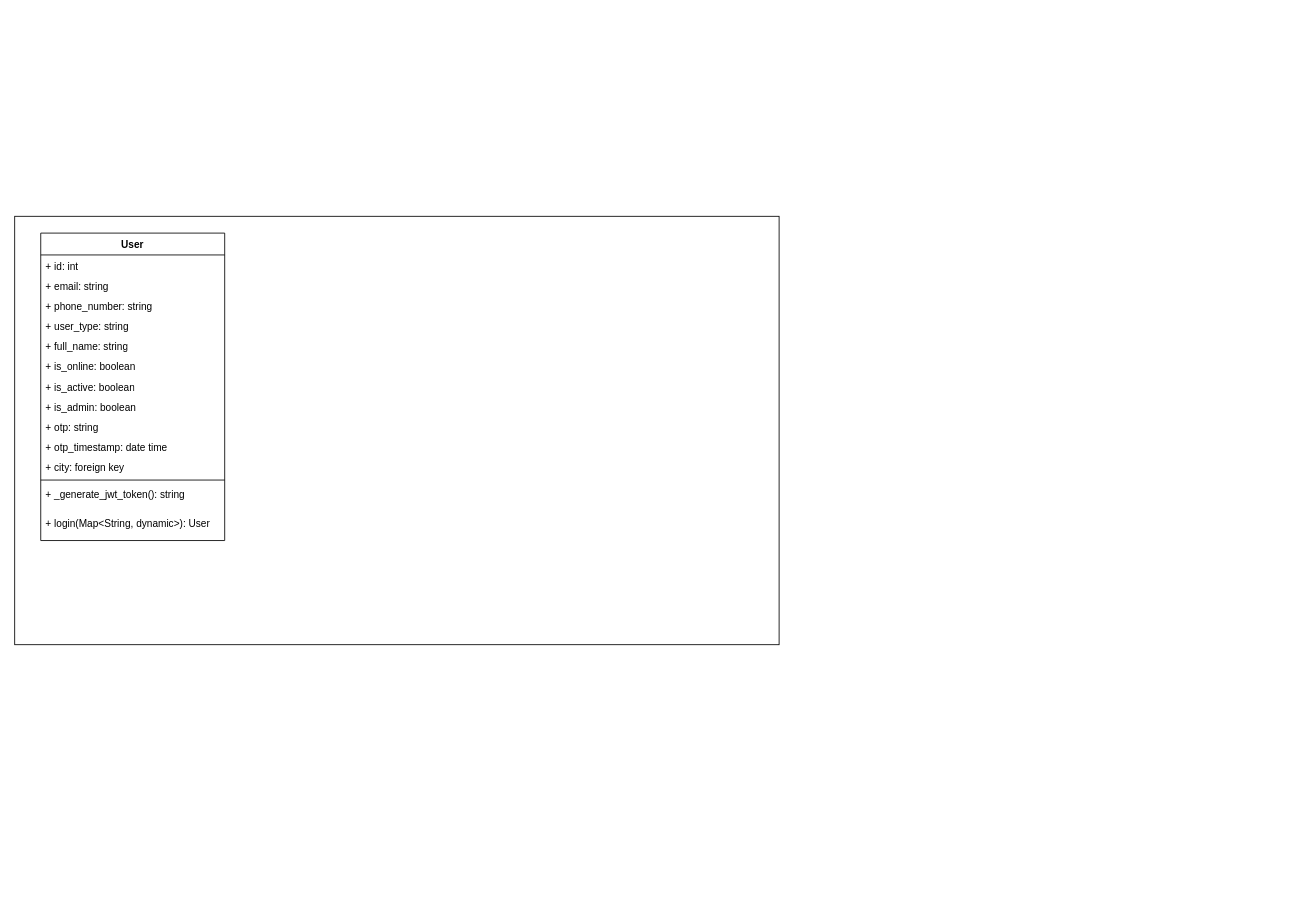
This is Untitled Diagram.drawio from wasselak-com/research, a draw.io file, before an edit. Source tidied: cells renumbered, new cells numbered last; positions are measured from the earlier drawing's top-left corner, leaving out a move shared by most shapes. Both pictures are drawn from the tidied source at 84%, with x=0, y=0 at pixel (14, 216).
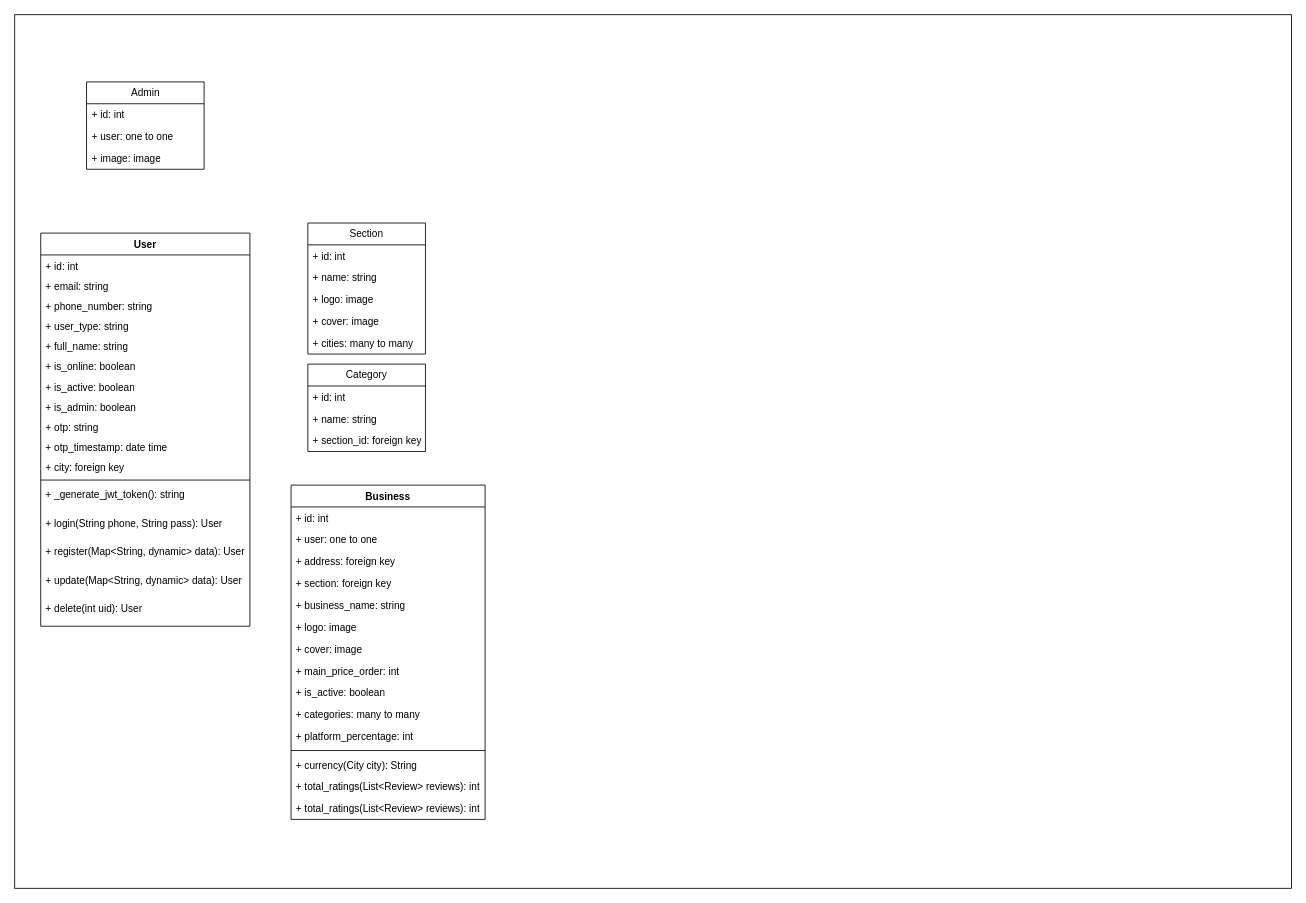
After the change.

What changed in the source:
```diff
@@
     <mxCell id="2" style="rounded=0;whiteSpace=wrap;html=1;" parent="1" vertex="1">
-      <mxGeometry width="910" height="510" as="geometry" />
+      <mxGeometry y="-240" width="1520" height="1040" as="geometry" />
     </mxCell>
     <mxCell id="3" value="User" style="swimlane;fontStyle=1;align=center;verticalAlign=top;horizontal=1;startSize=26;whiteSpace=wrap;html=1;" parent="1" vertex="1">
-      <mxGeometry x="31" y="20" width="219" height="366" as="geometry" />
+      <mxGeometry x="31" y="20" width="249" height="468" as="geometry" />
     </mxCell>
     <mxCell id="4" value="+ id: int" style="text;strokeColor=none;fillColor=none;align=left;verticalAlign=top;spacingLeft=4;spacingRight=4;overflow=hidden;whiteSpace=wrap;html=1;" parent="3" vertex="1">
-      <mxGeometry y="26" width="219" height="24" as="geometry" />
+      <mxGeometry y="26" width="249" height="24" as="geometry" />
     </mxCell>
     <mxCell id="5" value="+ email: string" style="text;strokeColor=none;fillColor=none;align=left;verticalAlign=top;spacingLeft=4;spacingRight=4;overflow=hidden;whiteSpace=wrap;html=1;" parent="3" vertex="1">
-      <mxGeometry y="50" width="219" height="24" as="geometry" />
+      <mxGeometry y="50" width="249" height="24" as="geometry" />
     </mxCell>
     <mxCell id="6" value="+ phone_number: string" style="text;strokeColor=none;fillColor=none;align=left;verticalAlign=top;spacingLeft=4;spacingRight=4;overflow=hidden;whiteSpace=wrap;html=1;" parent="3" vertex="1">
-      <mxGeometry y="74" width="219" height="24" as="geometry" />
+      <mxGeometry y="74" width="249" height="24" as="geometry" />
     </mxCell>
     <mxCell id="7" value="+ user_type: string" style="text;strokeColor=none;fillColor=none;align=left;verticalAlign=top;spacingLeft=4;spacingRight=4;overflow=hidden;whiteSpace=wrap;html=1;" parent="3" vertex="1">
-      <mxGeometry y="98" width="219" height="24" as="geometry" />
+      <mxGeometry y="98" width="249" height="24" as="geometry" />
     </mxCell>
     <mxCell id="8" value="+ full_name: string" style="text;strokeColor=none;fillColor=none;align=left;verticalAlign=top;spacingLeft=4;spacingRight=4;overflow=hidden;whiteSpace=wrap;html=1;" parent="3" vertex="1">
-      <mxGeometry y="122" width="219" height="24" as="geometry" />
+      <mxGeometry y="122" width="249" height="24" as="geometry" />
     </mxCell>
     <mxCell id="9" value="+ is_online: boolean" style="text;strokeColor=none;fillColor=none;align=left;verticalAlign=top;spacingLeft=4;spacingRight=4;overflow=hidden;whiteSpace=wrap;html=1;" parent="3" vertex="1">
-      <mxGeometry y="146" width="219" height="24" as="geometry" />
+      <mxGeometry y="146" width="249" height="24" as="geometry" />
     </mxCell>
     <mxCell id="10" value="+ is_active: boolean" style="text;strokeColor=none;fillColor=none;align=left;verticalAlign=top;spacingLeft=4;spacingRight=4;overflow=hidden;whiteSpace=wrap;html=1;" parent="3" vertex="1">
-      <mxGeometry y="170" width="219" height="24" as="geometry" />
+      <mxGeometry y="170" width="249" height="24" as="geometry" />
     </mxCell>
     <mxCell id="11" value="+ is_admin: boolean" style="text;strokeColor=none;fillColor=none;align=left;verticalAlign=top;spacingLeft=4;spacingRight=4;overflow=hidden;whiteSpace=wrap;html=1;" parent="3" vertex="1">
-      <mxGeometry y="194" width="219" height="24" as="geometry" />
+      <mxGeometry y="194" width="249" height="24" as="geometry" />
     </mxCell>
     <mxCell id="12" value="+ otp: string" style="text;strokeColor=none;fillColor=none;align=left;verticalAlign=top;spacingLeft=4;spacingRight=4;overflow=hidden;whiteSpace=wrap;html=1;" parent="3" vertex="1">
-      <mxGeometry y="218" width="219" height="24" as="geometry" />
+      <mxGeometry y="218" width="249" height="24" as="geometry" />
     </mxCell>
     <mxCell id="13" value="+ otp_timestamp: date time" style="text;strokeColor=none;fillColor=none;align=left;verticalAlign=top;spacingLeft=4;spacingRight=4;overflow=hidden;whiteSpace=wrap;html=1;" parent="3" vertex="1">
-      <mxGeometry y="242" width="219" height="24" as="geometry" />
+      <mxGeometry y="242" width="249" height="24" as="geometry" />
     </mxCell>
     <mxCell id="14" value="+ city: foreign key" style="text;strokeColor=none;fillColor=none;align=left;verticalAlign=top;spacingLeft=4;spacingRight=4;overflow=hidden;whiteSpace=wrap;html=1;" parent="3" vertex="1">
-      <mxGeometry y="266" width="219" height="24" as="geometry" />
+      <mxGeometry y="266" width="249" height="24" as="geometry" />
     </mxCell>
     <mxCell id="15" style="line;strokeWidth=1;fillColor=none;align=left;verticalAlign=middle;spacingTop=-1;spacingLeft=3;spacingRight=3;labelPosition=right;strokeColor=inherit;" parent="3" vertex="1">
-      <mxGeometry y="290" width="219" height="8" as="geometry" />
+      <mxGeometry y="290" width="249" height="8" as="geometry" />
     </mxCell>
     <mxCell id="16" value="+ _generate_jwt_token(): string" style="text;strokeColor=none;fillColor=none;align=left;verticalAlign=top;spacingLeft=4;spacingRight=4;overflow=hidden;whiteSpace=wrap;html=1;" parent="3" vertex="1">
-      <mxGeometry y="298" width="219" height="34" as="geometry" />
+      <mxGeometry y="298" width="249" height="34" as="geometry" />
     </mxCell>
-    <mxCell id="17" value="+ login(Map&amp;lt;String, dynamic&amp;gt;): User" style="text;strokeColor=none;fillColor=none;align=left;verticalAlign=top;spacingLeft=4;spacingRight=4;overflow=hidden;whiteSpace=wrap;html=1;" parent="3" vertex="1">
-      <mxGeometry y="332" width="219" height="34" as="geometry" />
+    <mxCell id="17" value="+ login(String phone, String pass): User" style="text;strokeColor=none;fillColor=none;align=left;verticalAlign=top;spacingLeft=4;spacingRight=4;overflow=hidden;whiteSpace=wrap;html=1;" parent="3" vertex="1">
+      <mxGeometry y="332" width="249" height="34" as="geometry" />
     </mxCell>
+    <mxCell id="18" value="+ register(Map&amp;lt;String, dynamic&amp;gt; data): User" style="text;strokeColor=none;fillColor=none;align=left;verticalAlign=top;spacingLeft=4;spacingRight=4;overflow=hidden;whiteSpace=wrap;html=1;" parent="3" vertex="1">
+      <mxGeometry y="366" width="249" height="34" as="geometry" />
+    </mxCell>
+    <mxCell id="19" value="+ update(Map&amp;lt;String, dynamic&amp;gt; data): User" style="text;strokeColor=none;fillColor=none;align=left;verticalAlign=top;spacingLeft=4;spacingRight=4;overflow=hidden;whiteSpace=wrap;html=1;" parent="3" vertex="1">
+      <mxGeometry y="400" width="249" height="34" as="geometry" />
+    </mxCell>
+    <mxCell id="20" value="+ delete(int uid): User" style="text;strokeColor=none;fillColor=none;align=left;verticalAlign=top;spacingLeft=4;spacingRight=4;overflow=hidden;whiteSpace=wrap;html=1;" parent="3" vertex="1">
+      <mxGeometry y="434" width="249" height="34" as="geometry" />
+    </mxCell>
+    <mxCell id="21" value="Admin" style="swimlane;fontStyle=0;horizontal=1;startSize=26;fillColor=none;whiteSpace=wrap;html=1;" parent="1" vertex="1">
+      <mxGeometry x="85.5" y="-160" width="140" height="104" as="geometry" />
+    </mxCell>
+    <mxCell id="22" value="+ id: int" style="text;strokeColor=none;fillColor=none;align=left;verticalAlign=top;spacingLeft=4;spacingRight=4;overflow=hidden;whiteSpace=wrap;html=1;" parent="21" vertex="1">
+      <mxGeometry y="26" width="140" height="26" as="geometry" />
+    </mxCell>
+    <mxCell id="23" value="+ user: one to one" style="text;strokeColor=none;fillColor=none;align=left;verticalAlign=top;spacingLeft=4;spacingRight=4;overflow=hidden;whiteSpace=wrap;html=1;" parent="21" vertex="1">
+      <mxGeometry y="52" width="140" height="26" as="geometry" />
+    </mxCell>
+    <mxCell id="24" value="+ image: image" style="text;strokeColor=none;fillColor=none;align=left;verticalAlign=top;spacingLeft=4;spacingRight=4;overflow=hidden;whiteSpace=wrap;html=1;" parent="21" vertex="1">
+      <mxGeometry y="78" width="140" height="26" as="geometry" />
+    </mxCell>
+    <mxCell id="25" value="Section" style="swimlane;fontStyle=0;horizontal=1;startSize=26;fillColor=none;whiteSpace=wrap;html=1;" parent="1" vertex="1">
+      <mxGeometry x="349" y="8" width="140" height="156" as="geometry" />
+    </mxCell>
+    <mxCell id="26" value="+ id: int" style="text;strokeColor=none;fillColor=none;align=left;verticalAlign=top;spacingLeft=4;spacingRight=4;overflow=hidden;whiteSpace=wrap;html=1;" parent="25" vertex="1">
+      <mxGeometry y="26" width="140" height="26" as="geometry" />
+    </mxCell>
+    <mxCell id="27" value="+ name: string" style="text;strokeColor=none;fillColor=none;align=left;verticalAlign=top;spacingLeft=4;spacingRight=4;overflow=hidden;whiteSpace=wrap;html=1;" parent="25" vertex="1">
+      <mxGeometry y="52" width="140" height="26" as="geometry" />
+    </mxCell>
+    <mxCell id="28" value="+ logo: image" style="text;strokeColor=none;fillColor=none;align=left;verticalAlign=top;spacingLeft=4;spacingRight=4;overflow=hidden;whiteSpace=wrap;html=1;" parent="25" vertex="1">
+      <mxGeometry y="78" width="140" height="26" as="geometry" />
+    </mxCell>
+    <mxCell id="29" value="+ cover: image" style="text;strokeColor=none;fillColor=none;align=left;verticalAlign=top;spacingLeft=4;spacingRight=4;overflow=hidden;whiteSpace=wrap;html=1;" parent="25" vertex="1">
+      <mxGeometry y="104" width="140" height="26" as="geometry" />
+    </mxCell>
+    <mxCell id="30" value="+ cities: many to many" style="text;strokeColor=none;fillColor=none;align=left;verticalAlign=top;spacingLeft=4;spacingRight=4;overflow=hidden;whiteSpace=wrap;html=1;" parent="25" vertex="1">
+      <mxGeometry y="130" width="140" height="26" as="geometry" />
+    </mxCell>
+    <mxCell id="31" value="Category" style="swimlane;fontStyle=0;horizontal=1;startSize=26;fillColor=none;whiteSpace=wrap;html=1;" parent="1" vertex="1">
+      <mxGeometry x="349" y="176" width="140" height="104" as="geometry" />
+    </mxCell>
+    <mxCell id="32" value="+ id: int" style="text;strokeColor=none;fillColor=none;align=left;verticalAlign=top;spacingLeft=4;spacingRight=4;overflow=hidden;whiteSpace=wrap;html=1;" parent="31" vertex="1">
+      <mxGeometry y="26" width="140" height="26" as="geometry" />
+    </mxCell>
+    <mxCell id="33" value="+ name: string" style="text;strokeColor=none;fillColor=none;align=left;verticalAlign=top;spacingLeft=4;spacingRight=4;overflow=hidden;whiteSpace=wrap;html=1;" parent="31" vertex="1">
+      <mxGeometry y="52" width="140" height="26" as="geometry" />
+    </mxCell>
+    <mxCell id="34" value="+ section_id: foreign key" style="text;strokeColor=none;fillColor=none;align=left;verticalAlign=top;spacingLeft=4;spacingRight=4;overflow=hidden;whiteSpace=wrap;html=1;" parent="31" vertex="1">
+      <mxGeometry y="78" width="140" height="26" as="geometry" />
+    </mxCell>
+    <mxCell id="35" value="Business" style="swimlane;fontStyle=1;align=center;verticalAlign=top;horizontal=1;startSize=26;whiteSpace=wrap;html=1;" parent="1" vertex="1">
+      <mxGeometry x="329" y="320" width="231" height="398" as="geometry" />
+    </mxCell>
+    <mxCell id="36" value="+ id: int" style="text;strokeColor=none;fillColor=none;align=left;verticalAlign=top;spacingLeft=4;spacingRight=4;overflow=hidden;whiteSpace=wrap;html=1;" parent="35" vertex="1">
+      <mxGeometry y="26" width="231" height="26" as="geometry" />
+    </mxCell>
+    <mxCell id="37" value="+ user: one to one" style="text;strokeColor=none;fillColor=none;align=left;verticalAlign=top;spacingLeft=4;spacingRight=4;overflow=hidden;whiteSpace=wrap;html=1;" parent="35" vertex="1">
+      <mxGeometry y="52" width="231" height="26" as="geometry" />
+    </mxCell>
+    <mxCell id="38" value="+ address:&amp;nbsp;foreign key" style="text;strokeColor=none;fillColor=none;align=left;verticalAlign=top;spacingLeft=4;spacingRight=4;overflow=hidden;whiteSpace=wrap;html=1;" parent="35" vertex="1">
+      <mxGeometry y="78" width="231" height="26" as="geometry" />
+    </mxCell>
+    <mxCell id="39" value="+ section: foreign key" style="text;strokeColor=none;fillColor=none;align=left;verticalAlign=top;spacingLeft=4;spacingRight=4;overflow=hidden;whiteSpace=wrap;html=1;" parent="35" vertex="1">
+      <mxGeometry y="104" width="231" height="26" as="geometry" />
+    </mxCell>
+    <mxCell id="40" value="+ business_name: string" style="text;strokeColor=none;fillColor=none;align=left;verticalAlign=top;spacingLeft=4;spacingRight=4;overflow=hidden;whiteSpace=wrap;html=1;" parent="35" vertex="1">
+      <mxGeometry y="130" width="231" height="26" as="geometry" />
+    </mxCell>
+    <mxCell id="41" value="+ logo: image" style="text;strokeColor=none;fillColor=none;align=left;verticalAlign=top;spacingLeft=4;spacingRight=4;overflow=hidden;whiteSpace=wrap;html=1;" parent="35" vertex="1">
+      <mxGeometry y="156" width="231" height="26" as="geometry" />
+    </mxCell>
+    <mxCell id="42" value="+ cover: image" style="text;strokeColor=none;fillColor=none;align=left;verticalAlign=top;spacingLeft=4;spacingRight=4;overflow=hidden;whiteSpace=wrap;html=1;" parent="35" vertex="1">
+      <mxGeometry y="182" width="231" height="26" as="geometry" />
+    </mxCell>
+    <mxCell id="43" value="+ main_price_order: int" style="text;strokeColor=none;fillColor=none;align=left;verticalAlign=top;spacingLeft=4;spacingRight=4;overflow=hidden;whiteSpace=wrap;html=1;" parent="35" vertex="1">
+      <mxGeometry y="208" width="231" height="26" as="geometry" />
+    </mxCell>
+    <mxCell id="44" value="+ is_active: boolean" style="text;strokeColor=none;fillColor=none;align=left;verticalAlign=top;spacingLeft=4;spacingRight=4;overflow=hidden;whiteSpace=wrap;html=1;" parent="35" vertex="1">
+      <mxGeometry y="234" width="231" height="26" as="geometry" />
+    </mxCell>
+    <mxCell id="45" value="+ categories: many to many" style="text;strokeColor=none;fillColor=none;align=left;verticalAlign=top;spacingLeft=4;spacingRight=4;overflow=hidden;whiteSpace=wrap;html=1;" parent="35" vertex="1">
+      <mxGeometry y="260" width="231" height="26" as="geometry" />
+    </mxCell>
+    <mxCell id="46" value="+ platform_percentage: int" style="text;strokeColor=none;fillColor=none;align=left;verticalAlign=top;spacingLeft=4;spacingRight=4;overflow=hidden;whiteSpace=wrap;html=1;" parent="35" vertex="1">
+      <mxGeometry y="286" width="231" height="26" as="geometry" />
+    </mxCell>
+    <mxCell id="47" style="line;strokeWidth=1;fillColor=none;align=left;verticalAlign=middle;spacingTop=-1;spacingLeft=3;spacingRight=3;labelPosition=right;strokeColor=inherit;" parent="35" vertex="1">
+      <mxGeometry y="312" width="231" height="8" as="geometry" />
+    </mxCell>
+    <mxCell id="48" value="+ currency(City city): String" style="text;strokeColor=none;fillColor=none;align=left;verticalAlign=top;spacingLeft=4;spacingRight=4;overflow=hidden;whiteSpace=wrap;html=1;" parent="35" vertex="1">
+      <mxGeometry y="320" width="231" height="26" as="geometry" />
+    </mxCell>
+    <mxCell id="49" value="+ total_ratings(List&amp;lt;Review&amp;gt; reviews): int" style="text;strokeColor=none;fillColor=none;align=left;verticalAlign=top;spacingLeft=4;spacingRight=4;overflow=hidden;whiteSpace=wrap;html=1;" parent="35" vertex="1">
+      <mxGeometry y="346" width="231" height="26" as="geometry" />
+    </mxCell>
+    <mxCell id="50" value="+ total_ratings(List&amp;lt;Review&amp;gt; reviews): int" style="text;strokeColor=none;fillColor=none;align=left;verticalAlign=top;spacingLeft=4;spacingRight=4;overflow=hidden;whiteSpace=wrap;html=1;" parent="35" vertex="1">
+      <mxGeometry y="372" width="231" height="26" as="geometry" />
+    </mxCell>
```
